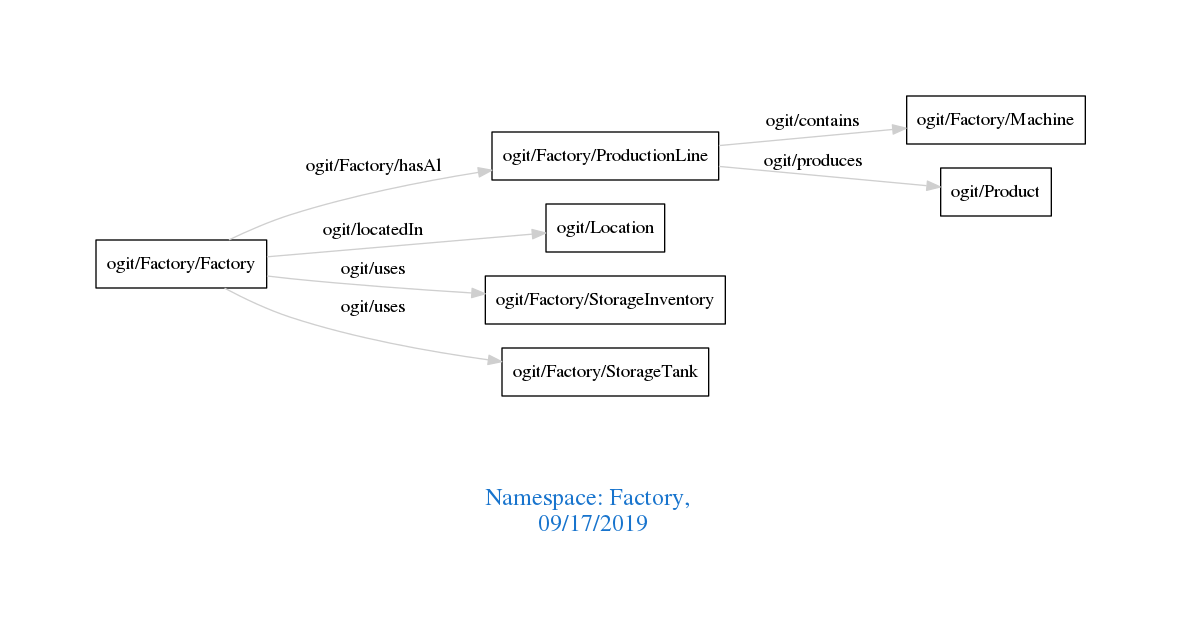
Earlier version of the Graphviz export downloads/Factory.png (arago/OGIT). Its source is kept beside it as downloads/Factory.dot.
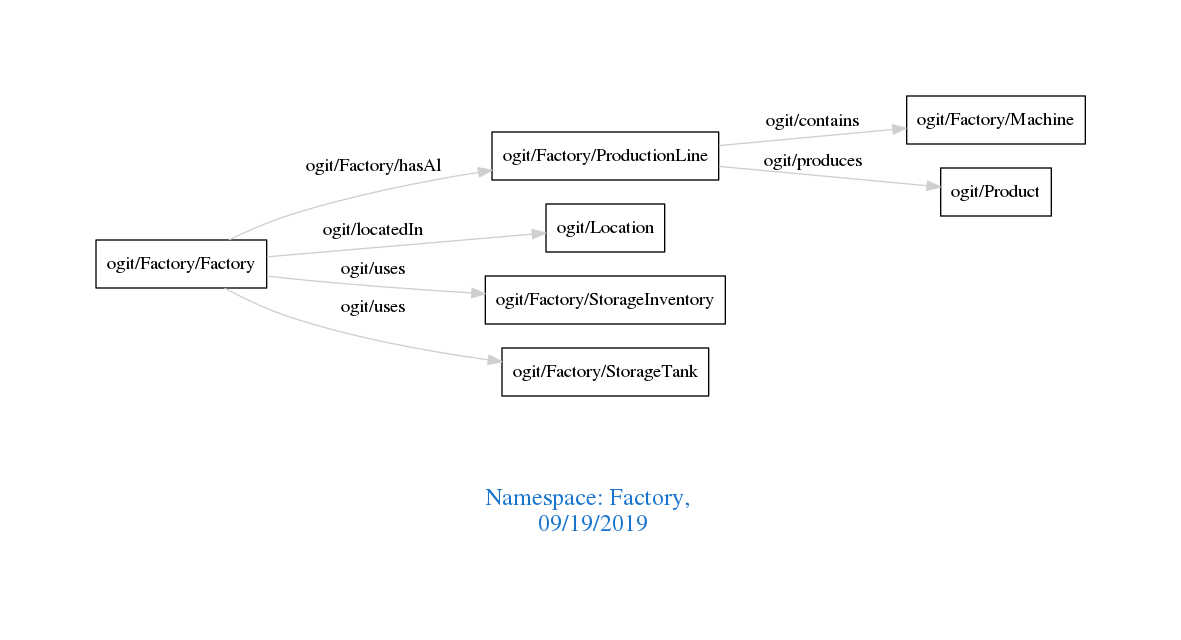
The same file after the commit.

Change to the diagram source:
```diff
@@ -1,7 +1,7 @@
 digraph OGIT_ontology {
  graph [ rankdir= LR,pad=1
 fontsize = 18,
-fontcolor= dodgerblue3,label = "\n\n\nNamespace: Factory, \n 09/17/2019"];
+fontcolor= dodgerblue3,label = "\n\n\nNamespace: Factory, \n 09/19/2019"];
 node[shape=polygon];
 edge [  color="gray81"];
 
```
